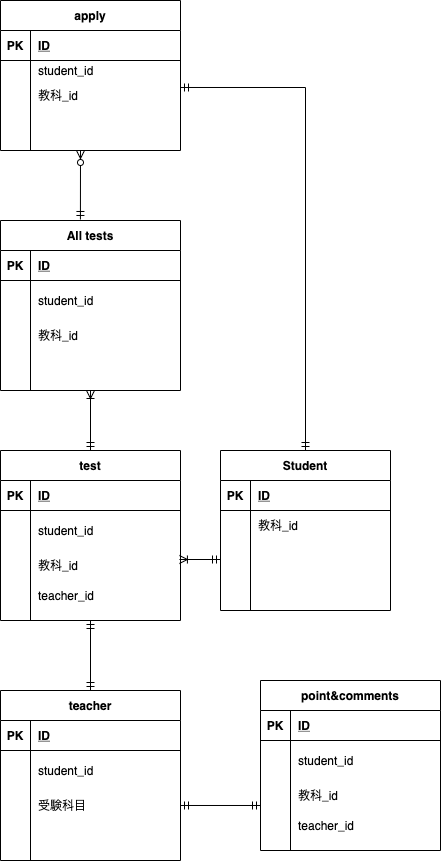
The draw.io diagram 設計図.drawio.png in yuka1007/db.draws, before a commit. Source tidied: cells renumbered, new cells last; positions are measured from the earlier drawing's top-left corner, leaving out a move shared by most shapes. The source it was exported from:
```xml
<mxGraphModel shadow="1">
  <root>
    <mxCell id="0" />
    <mxCell id="1" parent="0" />
    <mxCell id="2" style="edgeStyle=orthogonalEdgeStyle;rounded=0;jettySize=auto;html=1;entryX=1;entryY=0.233;entryDx=0;entryDy=0;entryPerimeter=0;startArrow=ERmandOne;startFill=0;endArrow=ERmandOne;endFill=0;" parent="1" edge="1" source="3" target="23">
      <mxGeometry relative="1" as="geometry" />
    </mxCell>
    <mxCell id="3" value="Student" style="shape=table;startSize=30;rowLines=0;fontStyle=1;align=center;" parent="1" vertex="1">
      <mxGeometry x="220" y="450" width="170" height="160" as="geometry" />
    </mxCell>
    <mxCell id="4" style="shape=partialRectangle;fillColor=none;top=0;left=0;bottom=1;right=0;" parent="3" vertex="1">
      <mxGeometry y="30" width="170" height="30" as="geometry" />
    </mxCell>
    <mxCell id="5" value="PK" style="shape=partialRectangle;fillColor=none;top=0;left=0;bottom=0;right=0;fontStyle=1;overflow=hidden;" parent="4" vertex="1">
      <mxGeometry width="30" height="30" as="geometry" />
    </mxCell>
    <mxCell id="6" value="ID" style="shape=partialRectangle;fillColor=none;top=0;left=0;bottom=0;right=0;align=left;spacingLeft=6;fontStyle=5;overflow=hidden;" parent="4" vertex="1">
      <mxGeometry x="30" width="140" height="30" as="geometry" />
    </mxCell>
    <mxCell id="7" style="shape=partialRectangle;fillColor=none;top=0;left=0;bottom=0;right=0;" parent="3" vertex="1">
      <mxGeometry y="60" width="170" height="30" as="geometry" />
    </mxCell>
    <mxCell id="8" style="shape=partialRectangle;fillColor=none;top=0;left=0;bottom=0;right=0;overflow=hidden;" parent="7" vertex="1">
      <mxGeometry width="30" height="30" as="geometry" />
    </mxCell>
    <mxCell id="9" value="教科_id" style="shape=partialRectangle;fillColor=none;top=0;left=0;bottom=0;right=0;align=left;spacingLeft=6;overflow=hidden;" parent="7" vertex="1">
      <mxGeometry x="30" width="140" height="30" as="geometry" />
    </mxCell>
    <mxCell id="10" style="shape=partialRectangle;fillColor=none;top=0;left=0;bottom=0;right=0;" parent="3" vertex="1">
      <mxGeometry y="90" width="170" height="30" as="geometry" />
    </mxCell>
    <mxCell id="11" style="shape=partialRectangle;fillColor=none;top=0;left=0;bottom=0;right=0;overflow=hidden;" parent="10" vertex="1">
      <mxGeometry width="30" height="30" as="geometry" />
    </mxCell>
    <mxCell id="12" style="shape=partialRectangle;fillColor=none;top=0;left=0;bottom=0;right=0;align=left;spacingLeft=6;overflow=hidden;" parent="10" vertex="1">
      <mxGeometry x="30" width="140" height="30" as="geometry" />
    </mxCell>
    <mxCell id="13" style="shape=partialRectangle;fillColor=none;top=0;left=0;bottom=0;right=0;" parent="3" vertex="1">
      <mxGeometry y="120" width="170" height="30" as="geometry" />
    </mxCell>
    <mxCell id="14" style="shape=partialRectangle;fillColor=none;top=0;left=0;bottom=0;right=0;overflow=hidden;" parent="13" vertex="1">
      <mxGeometry width="30" height="30" as="geometry" />
    </mxCell>
    <mxCell id="15" style="shape=partialRectangle;fillColor=none;top=0;left=0;bottom=0;right=0;align=left;spacingLeft=6;overflow=hidden;" parent="13" vertex="1">
      <mxGeometry x="30" width="140" height="30" as="geometry" />
    </mxCell>
    <mxCell id="16" value="apply" style="shape=table;startSize=30;rowLines=0;fontStyle=1;align=center;" parent="1" vertex="1">
      <mxGeometry width="180" height="150" as="geometry" />
    </mxCell>
    <mxCell id="17" style="shape=partialRectangle;fillColor=none;top=0;left=0;bottom=1;right=0;" parent="16" vertex="1">
      <mxGeometry y="30" width="180" height="30" as="geometry" />
    </mxCell>
    <mxCell id="18" value="PK" style="shape=partialRectangle;fillColor=none;top=0;left=0;bottom=0;right=0;fontStyle=1;overflow=hidden;" parent="17" vertex="1">
      <mxGeometry width="30" height="30" as="geometry" />
    </mxCell>
    <mxCell id="19" value="ID" style="shape=partialRectangle;fillColor=none;top=0;left=0;bottom=0;right=0;align=left;spacingLeft=6;fontStyle=5;overflow=hidden;" parent="17" vertex="1">
      <mxGeometry x="30" width="150" height="30" as="geometry" />
    </mxCell>
    <mxCell id="20" style="shape=partialRectangle;fillColor=none;top=0;left=0;bottom=0;right=0;" parent="16" vertex="1">
      <mxGeometry y="60" width="180" height="20" as="geometry" />
    </mxCell>
    <mxCell id="21" style="shape=partialRectangle;fillColor=none;top=0;left=0;bottom=0;right=0;overflow=hidden;" parent="20" vertex="1">
      <mxGeometry width="30" height="20" as="geometry" />
    </mxCell>
    <mxCell id="22" value="student_id" style="shape=partialRectangle;fillColor=none;top=0;left=0;bottom=0;right=0;align=left;spacingLeft=6;overflow=hidden;" parent="20" vertex="1">
      <mxGeometry x="30" width="150" height="20" as="geometry" />
    </mxCell>
    <mxCell id="23" style="shape=partialRectangle;fillColor=none;top=0;left=0;bottom=0;right=0;points=[[0,0.5],[1,0.5]];portConstraint=eastwest;" parent="16" vertex="1">
      <mxGeometry y="80" width="180" height="30" as="geometry" />
    </mxCell>
    <mxCell id="24" style="shape=partialRectangle;fillColor=none;top=0;left=0;bottom=0;right=0;overflow=hidden;" parent="23" vertex="1">
      <mxGeometry width="30" height="30" as="geometry" />
    </mxCell>
    <mxCell id="25" value="教科_id" style="shape=partialRectangle;fillColor=none;top=0;left=0;bottom=0;right=0;align=left;spacingLeft=6;overflow=hidden;" parent="23" vertex="1">
      <mxGeometry x="30" width="150" height="30" as="geometry" />
    </mxCell>
    <mxCell id="26" style="shape=partialRectangle;fillColor=none;top=0;left=0;bottom=0;right=0;" parent="16" vertex="1">
      <mxGeometry y="110" width="180" height="30" as="geometry" />
    </mxCell>
    <mxCell id="27" style="shape=partialRectangle;fillColor=none;top=0;left=0;bottom=0;right=0;overflow=hidden;" parent="26" vertex="1">
      <mxGeometry width="30" height="30" as="geometry" />
    </mxCell>
    <mxCell id="28" style="shape=partialRectangle;fillColor=none;top=0;left=0;bottom=0;right=0;align=left;spacingLeft=6;overflow=hidden;" parent="26" vertex="1">
      <mxGeometry x="30" width="150" height="30" as="geometry" />
    </mxCell>
    <mxCell id="29" style="edgeStyle=orthogonalEdgeStyle;rounded=0;jettySize=auto;html=1;entryX=0.5;entryY=0;entryDx=0;entryDy=0;startArrow=ERmandOne;startFill=0;endArrow=ERmandOne;endFill=0;" parent="1" edge="1" source="30" target="58">
      <mxGeometry relative="1" as="geometry" />
    </mxCell>
    <mxCell id="30" value="test" style="shape=table;startSize=30;rowLines=0;fontStyle=1;align=center;" parent="1" vertex="1">
      <mxGeometry y="450" width="180" height="170" as="geometry" />
    </mxCell>
    <mxCell id="31" style="shape=partialRectangle;fillColor=none;top=0;left=0;bottom=1;right=0;" parent="30" vertex="1">
      <mxGeometry y="30" width="180" height="30" as="geometry" />
    </mxCell>
    <mxCell id="32" value="PK" style="shape=partialRectangle;fillColor=none;top=0;left=0;bottom=0;right=0;fontStyle=1;overflow=hidden;" parent="31" vertex="1">
      <mxGeometry width="30" height="30" as="geometry" />
    </mxCell>
    <mxCell id="33" value="ID" style="shape=partialRectangle;fillColor=none;top=0;left=0;bottom=0;right=0;align=left;spacingLeft=6;fontStyle=5;overflow=hidden;" parent="31" vertex="1">
      <mxGeometry x="30" width="150" height="30" as="geometry" />
    </mxCell>
    <mxCell id="34" style="shape=partialRectangle;fillColor=none;top=0;left=0;bottom=0;right=0;" parent="30" vertex="1">
      <mxGeometry y="60" width="180" height="40" as="geometry" />
    </mxCell>
    <mxCell id="35" style="shape=partialRectangle;fillColor=none;top=0;left=0;bottom=0;right=0;overflow=hidden;" parent="34" vertex="1">
      <mxGeometry width="30" height="40" as="geometry" />
    </mxCell>
    <mxCell id="36" value="student_id" style="shape=partialRectangle;fillColor=none;top=0;left=0;bottom=0;right=0;align=left;spacingLeft=6;overflow=hidden;" parent="34" vertex="1">
      <mxGeometry x="30" width="150" height="40" as="geometry" />
    </mxCell>
    <mxCell id="37" style="shape=partialRectangle;fillColor=none;top=0;left=0;bottom=0;right=0;points=[[0,0.5],[1,0.5]];portConstraint=eastwest;" parent="30" vertex="1">
      <mxGeometry y="100" width="180" height="30" as="geometry" />
    </mxCell>
    <mxCell id="38" style="shape=partialRectangle;fillColor=none;top=0;left=0;bottom=0;right=0;overflow=hidden;" parent="37" vertex="1">
      <mxGeometry width="30" height="30" as="geometry" />
    </mxCell>
    <mxCell id="39" value="教科_id" style="shape=partialRectangle;fillColor=none;top=0;left=0;bottom=0;right=0;align=left;spacingLeft=6;overflow=hidden;" parent="37" vertex="1">
      <mxGeometry x="30" width="150" height="30" as="geometry" />
    </mxCell>
    <mxCell id="40" style="shape=partialRectangle;fillColor=none;top=0;left=0;bottom=0;right=0;" parent="30" vertex="1">
      <mxGeometry y="130" width="180" height="30" as="geometry" />
    </mxCell>
    <mxCell id="41" style="shape=partialRectangle;fillColor=none;top=0;left=0;bottom=0;right=0;overflow=hidden;" parent="40" vertex="1">
      <mxGeometry width="30" height="30" as="geometry" />
    </mxCell>
    <mxCell id="42" value="teacher_id" style="shape=partialRectangle;fillColor=none;top=0;left=0;bottom=0;right=0;align=left;spacingLeft=6;overflow=hidden;" parent="40" vertex="1">
      <mxGeometry x="30" width="150" height="30" as="geometry" />
    </mxCell>
    <mxCell id="43" value="point&amp;comments" style="shape=table;startSize=30;rowLines=0;fontStyle=1;align=center;" parent="1" vertex="1">
      <mxGeometry x="260" y="680" width="180" height="170" as="geometry" />
    </mxCell>
    <mxCell id="44" style="shape=partialRectangle;fillColor=none;top=0;left=0;bottom=1;right=0;" parent="43" vertex="1">
      <mxGeometry y="30" width="180" height="30" as="geometry" />
    </mxCell>
    <mxCell id="45" value="PK" style="shape=partialRectangle;fillColor=none;top=0;left=0;bottom=0;right=0;fontStyle=1;overflow=hidden;" parent="44" vertex="1">
      <mxGeometry width="30" height="30" as="geometry" />
    </mxCell>
    <mxCell id="46" value="ID" style="shape=partialRectangle;fillColor=none;top=0;left=0;bottom=0;right=0;align=left;spacingLeft=6;fontStyle=5;overflow=hidden;" parent="44" vertex="1">
      <mxGeometry x="30" width="150" height="30" as="geometry" />
    </mxCell>
    <mxCell id="47" style="shape=partialRectangle;fillColor=none;top=0;left=0;bottom=0;right=0;" parent="43" vertex="1">
      <mxGeometry y="60" width="180" height="40" as="geometry" />
    </mxCell>
    <mxCell id="48" style="shape=partialRectangle;fillColor=none;top=0;left=0;bottom=0;right=0;overflow=hidden;" parent="47" vertex="1">
      <mxGeometry width="30" height="40" as="geometry" />
    </mxCell>
    <mxCell id="49" value="student_id" style="shape=partialRectangle;fillColor=none;top=0;left=0;bottom=0;right=0;align=left;spacingLeft=6;overflow=hidden;" parent="47" vertex="1">
      <mxGeometry x="30" width="150" height="40" as="geometry" />
    </mxCell>
    <mxCell id="50" style="shape=partialRectangle;fillColor=none;top=0;left=0;bottom=0;right=0;points=[[0,0.5],[1,0.5]];portConstraint=eastwest;" parent="43" vertex="1">
      <mxGeometry y="100" width="180" height="30" as="geometry" />
    </mxCell>
    <mxCell id="51" style="shape=partialRectangle;fillColor=none;top=0;left=0;bottom=0;right=0;overflow=hidden;" parent="50" vertex="1">
      <mxGeometry width="30" height="30" as="geometry" />
    </mxCell>
    <mxCell id="52" value="教科_id" style="shape=partialRectangle;fillColor=none;top=0;left=0;bottom=0;right=0;align=left;spacingLeft=6;overflow=hidden;" parent="50" vertex="1">
      <mxGeometry x="30" width="150" height="30" as="geometry" />
    </mxCell>
    <mxCell id="53" style="shape=partialRectangle;fillColor=none;top=0;left=0;bottom=0;right=0;" parent="43" vertex="1">
      <mxGeometry y="130" width="180" height="30" as="geometry" />
    </mxCell>
    <mxCell id="54" style="shape=partialRectangle;fillColor=none;top=0;left=0;bottom=0;right=0;overflow=hidden;" parent="53" vertex="1">
      <mxGeometry width="30" height="30" as="geometry" />
    </mxCell>
    <mxCell id="55" value="teacher_id" style="shape=partialRectangle;fillColor=none;top=0;left=0;bottom=0;right=0;align=left;spacingLeft=6;overflow=hidden;" parent="53" vertex="1">
      <mxGeometry x="30" width="150" height="30" as="geometry" />
    </mxCell>
    <mxCell id="56" style="endArrow=ERmandOne;startArrow=ERzeroToMany;html=1;endFill=0;startFill=1;entryX=0.444;entryY=-0.006;entryDx=0;entryDy=0;entryPerimeter=0;" parent="1" edge="1" target="72">
      <mxGeometry relative="1" as="geometry">
        <mxPoint x="80" y="150" as="sourcePoint" />
      </mxGeometry>
    </mxCell>
    <mxCell id="57" style="endArrow=ERmandOne;startArrow=ERoneToMany;html=1;exitX=0.994;exitY=0.3;exitDx=0;exitDy=0;exitPerimeter=0;startFill=0;endFill=0;" parent="1" edge="1" source="37">
      <mxGeometry relative="1" as="geometry">
        <mxPoint x="220" y="559" as="targetPoint" />
      </mxGeometry>
    </mxCell>
    <mxCell id="58" value="teacher" style="shape=table;startSize=30;rowLines=0;fontStyle=1;align=center;" parent="1" vertex="1">
      <mxGeometry y="690" width="180" height="170" as="geometry" />
    </mxCell>
    <mxCell id="59" style="shape=partialRectangle;fillColor=none;top=0;left=0;bottom=1;right=0;" parent="58" vertex="1">
      <mxGeometry y="30" width="180" height="30" as="geometry" />
    </mxCell>
    <mxCell id="60" value="PK" style="shape=partialRectangle;fillColor=none;top=0;left=0;bottom=0;right=0;fontStyle=1;overflow=hidden;" parent="59" vertex="1">
      <mxGeometry width="30" height="30" as="geometry" />
    </mxCell>
    <mxCell id="61" value="ID" style="shape=partialRectangle;fillColor=none;top=0;left=0;bottom=0;right=0;align=left;spacingLeft=6;fontStyle=5;overflow=hidden;" parent="59" vertex="1">
      <mxGeometry x="30" width="150" height="30" as="geometry" />
    </mxCell>
    <mxCell id="62" style="shape=partialRectangle;fillColor=none;top=0;left=0;bottom=0;right=0;" parent="58" vertex="1">
      <mxGeometry y="60" width="180" height="40" as="geometry" />
    </mxCell>
    <mxCell id="63" style="shape=partialRectangle;fillColor=none;top=0;left=0;bottom=0;right=0;overflow=hidden;" parent="62" vertex="1">
      <mxGeometry width="30" height="40" as="geometry" />
    </mxCell>
    <mxCell id="64" value="student_id" style="shape=partialRectangle;fillColor=none;top=0;left=0;bottom=0;right=0;align=left;spacingLeft=6;overflow=hidden;" parent="62" vertex="1">
      <mxGeometry x="30" width="150" height="40" as="geometry" />
    </mxCell>
    <mxCell id="65" style="shape=partialRectangle;fillColor=none;top=0;left=0;bottom=0;right=0;points=[[0,0.5],[1,0.5]];portConstraint=eastwest;" parent="58" vertex="1">
      <mxGeometry y="100" width="180" height="30" as="geometry" />
    </mxCell>
    <mxCell id="66" style="shape=partialRectangle;fillColor=none;top=0;left=0;bottom=0;right=0;overflow=hidden;" parent="65" vertex="1">
      <mxGeometry width="30" height="30" as="geometry" />
    </mxCell>
    <mxCell id="67" value="受験科目" style="shape=partialRectangle;fillColor=none;top=0;left=0;bottom=0;right=0;align=left;spacingLeft=6;overflow=hidden;" parent="65" vertex="1">
      <mxGeometry x="30" width="150" height="30" as="geometry" />
    </mxCell>
    <mxCell id="68" style="shape=partialRectangle;fillColor=none;top=0;left=0;bottom=0;right=0;" parent="58" vertex="1">
      <mxGeometry y="130" width="180" height="30" as="geometry" />
    </mxCell>
    <mxCell id="69" style="shape=partialRectangle;fillColor=none;top=0;left=0;bottom=0;right=0;overflow=hidden;" parent="68" vertex="1">
      <mxGeometry width="30" height="30" as="geometry" />
    </mxCell>
    <mxCell id="70" style="shape=partialRectangle;fillColor=none;top=0;left=0;bottom=0;right=0;align=left;spacingLeft=6;overflow=hidden;" parent="68" vertex="1">
      <mxGeometry x="30" width="150" height="30" as="geometry" />
    </mxCell>
    <mxCell id="71" style="edgeStyle=orthogonalEdgeStyle;rounded=0;jettySize=auto;html=1;startArrow=ERoneToMany;startFill=0;endArrow=ERmandOne;endFill=0;" parent="1" edge="1" source="72" target="30">
      <mxGeometry relative="1" as="geometry" />
    </mxCell>
    <mxCell id="72" value="All tests" style="shape=table;startSize=30;rowLines=0;fontStyle=1;align=center;" parent="1" vertex="1">
      <mxGeometry y="220" width="180" height="170" as="geometry" />
    </mxCell>
    <mxCell id="73" style="shape=partialRectangle;fillColor=none;top=0;left=0;bottom=1;right=0;" parent="72" vertex="1">
      <mxGeometry y="30" width="180" height="30" as="geometry" />
    </mxCell>
    <mxCell id="74" value="PK" style="shape=partialRectangle;fillColor=none;top=0;left=0;bottom=0;right=0;fontStyle=1;overflow=hidden;" parent="73" vertex="1">
      <mxGeometry width="30" height="30" as="geometry" />
    </mxCell>
    <mxCell id="75" value="ID" style="shape=partialRectangle;fillColor=none;top=0;left=0;bottom=0;right=0;align=left;spacingLeft=6;fontStyle=5;overflow=hidden;" parent="73" vertex="1">
      <mxGeometry x="30" width="150" height="30" as="geometry" />
    </mxCell>
    <mxCell id="76" style="shape=partialRectangle;fillColor=none;top=0;left=0;bottom=0;right=0;" parent="72" vertex="1">
      <mxGeometry y="60" width="180" height="40" as="geometry" />
    </mxCell>
    <mxCell id="77" style="shape=partialRectangle;fillColor=none;top=0;left=0;bottom=0;right=0;overflow=hidden;" parent="76" vertex="1">
      <mxGeometry width="30" height="40" as="geometry" />
    </mxCell>
    <mxCell id="78" value="student_id" style="shape=partialRectangle;fillColor=none;top=0;left=0;bottom=0;right=0;align=left;spacingLeft=6;overflow=hidden;" parent="76" vertex="1">
      <mxGeometry x="30" width="150" height="40" as="geometry" />
    </mxCell>
    <mxCell id="79" style="shape=partialRectangle;fillColor=none;top=0;left=0;bottom=0;right=0;" parent="72" vertex="1">
      <mxGeometry y="100" width="180" height="30" as="geometry" />
    </mxCell>
    <mxCell id="80" style="shape=partialRectangle;fillColor=none;top=0;left=0;bottom=0;right=0;overflow=hidden;" parent="79" vertex="1">
      <mxGeometry width="30" height="30" as="geometry" />
    </mxCell>
    <mxCell id="81" value="教科_id" style="shape=partialRectangle;fillColor=none;top=0;left=0;bottom=0;right=0;align=left;spacingLeft=6;overflow=hidden;" parent="79" vertex="1">
      <mxGeometry x="30" width="150" height="30" as="geometry" />
    </mxCell>
    <mxCell id="82" style="shape=partialRectangle;fillColor=none;top=0;left=0;bottom=0;right=0;" parent="72" vertex="1">
      <mxGeometry y="130" width="180" height="30" as="geometry" />
    </mxCell>
    <mxCell id="83" style="shape=partialRectangle;fillColor=none;top=0;left=0;bottom=0;right=0;overflow=hidden;" parent="82" vertex="1">
      <mxGeometry width="30" height="30" as="geometry" />
    </mxCell>
    <mxCell id="84" style="shape=partialRectangle;fillColor=none;top=0;left=0;bottom=0;right=0;align=left;spacingLeft=6;overflow=hidden;" parent="82" vertex="1">
      <mxGeometry x="30" width="150" height="30" as="geometry" />
    </mxCell>
    <mxCell id="85" style="edgeStyle=orthogonalEdgeStyle;rounded=0;jettySize=auto;html=1;entryX=0;entryY=0.833;entryDx=0;entryDy=0;entryPerimeter=0;startArrow=ERmandOne;startFill=0;endArrow=ERmandOne;endFill=0;" parent="1" edge="1" source="65" target="50">
      <mxGeometry relative="1" as="geometry" />
    </mxCell>
  </root>
</mxGraphModel>
```
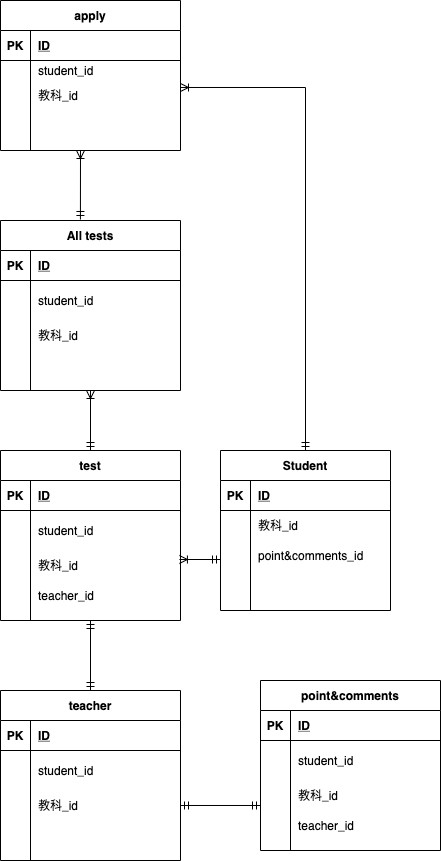
The same diagram one commit later.

Change to the diagram source:
```diff
@@ -2,7 +2,7 @@
   <root>
     <mxCell id="0" />
     <mxCell id="1" parent="0" />
-    <mxCell id="2" style="edgeStyle=orthogonalEdgeStyle;rounded=0;jettySize=auto;html=1;entryX=1;entryY=0.233;entryDx=0;entryDy=0;entryPerimeter=0;startArrow=ERmandOne;startFill=0;endArrow=ERmandOne;endFill=0;" parent="1" edge="1" source="3" target="23">
+    <mxCell id="2" style="edgeStyle=orthogonalEdgeStyle;rounded=0;jettySize=auto;html=1;entryX=1;entryY=0.233;entryDx=0;entryDy=0;entryPerimeter=0;startArrow=ERmandOne;startFill=0;endArrow=ERoneToMany;endFill=0;" parent="1" edge="1" source="3" target="23">
       <mxGeometry relative="1" as="geometry" />
     </mxCell>
     <mxCell id="3" value="Student" style="shape=table;startSize=30;rowLines=0;fontStyle=1;align=center;" parent="1" vertex="1">
@@ -32,7 +32,7 @@
     <mxCell id="11" style="shape=partialRectangle;fillColor=none;top=0;left=0;bottom=0;right=0;overflow=hidden;" parent="10" vertex="1">
       <mxGeometry width="30" height="30" as="geometry" />
     </mxCell>
-    <mxCell id="12" style="shape=partialRectangle;fillColor=none;top=0;left=0;bottom=0;right=0;align=left;spacingLeft=6;overflow=hidden;" parent="10" vertex="1">
+    <mxCell id="12" value="point&amp;comments_id" style="shape=partialRectangle;fillColor=none;top=0;left=0;bottom=0;right=0;align=left;spacingLeft=6;overflow=hidden;" parent="10" vertex="1">
       <mxGeometry x="30" width="140" height="30" as="geometry" />
     </mxCell>
     <mxCell id="13" style="shape=partialRectangle;fillColor=none;top=0;left=0;bottom=0;right=0;" parent="3" vertex="1">
@@ -164,7 +164,7 @@
     <mxCell id="55" value="teacher_id" style="shape=partialRectangle;fillColor=none;top=0;left=0;bottom=0;right=0;align=left;spacingLeft=6;overflow=hidden;" parent="53" vertex="1">
       <mxGeometry x="30" width="150" height="30" as="geometry" />
     </mxCell>
-    <mxCell id="56" style="endArrow=ERmandOne;startArrow=ERzeroToMany;html=1;endFill=0;startFill=1;entryX=0.444;entryY=-0.006;entryDx=0;entryDy=0;entryPerimeter=0;" parent="1" edge="1" target="72">
+    <mxCell id="56" style="endArrow=ERmandOne;startArrow=ERoneToMany;html=1;endFill=0;startFill=0;entryX=0.444;entryY=-0.006;entryDx=0;entryDy=0;entryPerimeter=0;" parent="1" edge="1" target="72">
       <mxGeometry relative="1" as="geometry">
         <mxPoint x="80" y="150" as="sourcePoint" />
       </mxGeometry>
@@ -201,7 +201,7 @@
     <mxCell id="66" style="shape=partialRectangle;fillColor=none;top=0;left=0;bottom=0;right=0;overflow=hidden;" parent="65" vertex="1">
       <mxGeometry width="30" height="30" as="geometry" />
     </mxCell>
-    <mxCell id="67" value="受験科目" style="shape=partialRectangle;fillColor=none;top=0;left=0;bottom=0;right=0;align=left;spacingLeft=6;overflow=hidden;" parent="65" vertex="1">
+    <mxCell id="67" value="教科_id" style="shape=partialRectangle;fillColor=none;top=0;left=0;bottom=0;right=0;align=left;spacingLeft=6;overflow=hidden;" parent="65" vertex="1">
       <mxGeometry x="30" width="150" height="30" as="geometry" />
     </mxCell>
     <mxCell id="68" style="shape=partialRectangle;fillColor=none;top=0;left=0;bottom=0;right=0;" parent="58" vertex="1">
```
